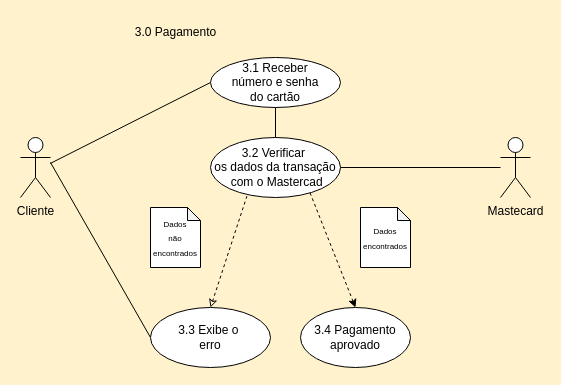
ZardsMK/DrawIO keeps this draw.io diagram as page "Página-1" (1 of 2) of Diagrama sem nome.drawio. Above is the earlier version. Source tidied: cells renumbered, new cells numbered last; positions are measured from the earlier drawing's top-left corner, leaving out a move shared by most shapes. Both pictures are drawn from the tidied source at 100%, with x=0, y=0 at pixel (20, 17).
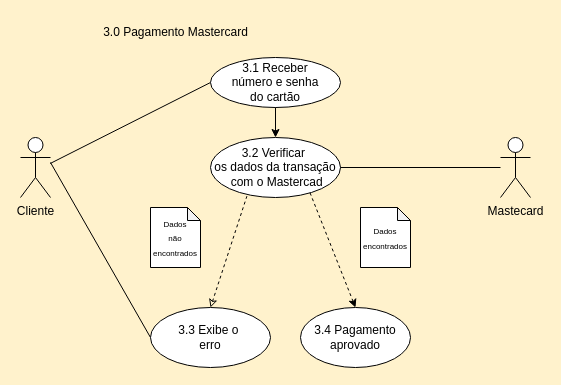
The same page after the edit.

Diff of the diagram source:
```diff
@@
 <mxGraphModel background="#FFF2CC">
   <root>
     <mxCell id="0" />
     <mxCell id="1" parent="0" />
     <mxCell id="2" style="endArrow=none;html=1;rounded=1;startArrow=none;startFill=0;endFill=1;entryX=0;entryY=0.5;entryDx=0;entryDy=0;" parent="1" edge="1" target="4">
       <mxGeometry relative="1" as="geometry">
         <mxPoint x="29.7" y="146" as="sourcePoint" />
       </mxGeometry>
     </mxCell>
     <mxCell id="3" style="endArrow=none;html=1;rounded=1;entryX=0;entryY=0.5;entryDx=0;entryDy=0;" parent="1" edge="1" target="8">
       <mxGeometry relative="1" as="geometry">
         <mxPoint x="30" y="145" as="sourcePoint" />
       </mxGeometry>
     </mxCell>
     <mxCell id="4" value="3.1 Receber&lt;div&gt;número e senha&lt;/div&gt;&lt;div&gt;do cartão&lt;/div&gt;" style="ellipse;whiteSpace=wrap;html=1;rounded=1;" parent="1" vertex="1">
       <mxGeometry x="190" y="40" width="130" height="50" as="geometry" />
     </mxCell>
     <mxCell id="5" value="3.2 Verificar&amp;nbsp;&lt;div&gt;os&amp;nbsp;&lt;span style=&quot;background-color: transparent; color: light-dark(rgb(0, 0, 0), rgb(255, 255, 255));&quot;&gt;dados&amp;nbsp;&lt;/span&gt;&lt;span style=&quot;background-color: transparent; color: light-dark(rgb(0, 0, 0), rgb(255, 255, 255));&quot;&gt;da transação&lt;/span&gt;&lt;/div&gt;&lt;div&gt;&lt;span style=&quot;background-color: transparent; color: light-dark(rgb(0, 0, 0), rgb(255, 255, 255));&quot;&gt;&amp;nbsp;&lt;/span&gt;&lt;span style=&quot;background-color: transparent; color: light-dark(rgb(0, 0, 0), rgb(255, 255, 255));&quot;&gt;com o Mastercad&lt;/span&gt;&lt;/div&gt;" style="ellipse;whiteSpace=wrap;html=1;rounded=1;" parent="1" vertex="1">
       <mxGeometry x="190" y="120" width="130" height="60" as="geometry" />
     </mxCell>
-    <mxCell id="6" style="endArrow=none;html=1;rounded=1;exitX=0.5;exitY=1;exitDx=0;exitDy=0;entryX=0.5;entryY=0;entryDx=0;entryDy=0;" parent="1" edge="1" source="4" target="5">
+    <mxCell id="6" style="endArrow=classic;html=1;rounded=1;exitX=0.5;exitY=1;exitDx=0;exitDy=0;entryX=0.5;entryY=0;entryDx=0;entryDy=0;endFill=1;" parent="1" edge="1" source="4" target="5">
       <mxGeometry relative="1" as="geometry" />
     </mxCell>
     <mxCell id="7" value="3.4 Pagamento&lt;div&gt;aprovado&lt;/div&gt;" style="ellipse;whiteSpace=wrap;html=1;rounded=1;" parent="1" vertex="1">
       <mxGeometry x="280" y="290" width="110" height="60" as="geometry" />
     </mxCell>
     <mxCell id="8" value="3.3 Exibe&amp;nbsp;&lt;span style=&quot;background-color: transparent; color: light-dark(rgb(0, 0, 0), rgb(255, 255, 255));&quot;&gt;o&amp;nbsp;&lt;/span&gt;&lt;div&gt;erro&lt;/div&gt;" style="ellipse;whiteSpace=wrap;html=1;rounded=1;" parent="1" vertex="1">
       <mxGeometry x="130" y="290" width="120" height="60" as="geometry" />
     </mxCell>
     <mxCell id="9" value="&lt;span style=&quot;font-size: 8px;&quot;&gt;Dados&lt;/span&gt;&lt;div&gt;&lt;span style=&quot;font-size: 8px;&quot;&gt;encontrados&lt;/span&gt;&lt;/div&gt;" style="shape=note;whiteSpace=wrap;html=1;backgroundOutline=1;darkOpacity=0.05;size=13;rounded=1;" parent="1" vertex="1">
       <mxGeometry x="340" y="190" width="50" height="60" as="geometry" />
     </mxCell>
     <mxCell id="10" value="&lt;font style=&quot;font-size: 8px;&quot;&gt;Dados&lt;/font&gt;&lt;div&gt;&lt;font style=&quot;font-size: 8px;&quot;&gt;não&lt;/font&gt;&lt;/div&gt;&lt;div&gt;&lt;font style=&quot;font-size: 8px;&quot;&gt;encontrados&lt;/font&gt;&lt;/div&gt;" style="shape=note;whiteSpace=wrap;html=1;backgroundOutline=1;darkOpacity=0.05;size=13;rounded=1;" parent="1" vertex="1">
       <mxGeometry x="130" y="190" width="50" height="60" as="geometry" />
     </mxCell>
     <mxCell id="11" style="endArrow=none;dashed=1;html=1;rounded=1;exitX=0.5;exitY=0;exitDx=0;exitDy=0;entryX=0.28;entryY=0.978;entryDx=0;entryDy=0;entryPerimeter=0;endFill=1;startArrow=classic;startFill=0;" parent="1" edge="1" source="8" target="5">
       <mxGeometry relative="1" as="geometry" />
     </mxCell>
     <mxCell id="12" style="endArrow=none;dashed=1;html=1;rounded=1;exitX=0.5;exitY=0;exitDx=0;exitDy=0;entryX=0.765;entryY=0.918;entryDx=0;entryDy=0;entryPerimeter=0;startArrow=classic;startFill=1;" parent="1" edge="1" source="7" target="5">
       <mxGeometry relative="1" as="geometry" />
     </mxCell>
     <mxCell id="13" value="Cliente" style="shape=umlActor;verticalLabelPosition=bottom;verticalAlign=top;html=1;rounded=1;" parent="1" vertex="1">
       <mxGeometry y="120" width="30" height="60" as="geometry" />
     </mxCell>
     <mxCell id="14" value="Mastecard" style="shape=umlActor;verticalLabelPosition=bottom;verticalAlign=top;html=1;outlineConnect=0;rounded=1;" parent="1" vertex="1">
       <mxGeometry x="480" y="120" width="30" height="60" as="geometry" />
     </mxCell>
     <mxCell id="15" style="endArrow=none;html=1;rounded=1;exitX=1;exitY=0.5;exitDx=0;exitDy=0;" parent="1" edge="1" source="5" target="14">
       <mxGeometry relative="1" as="geometry" />
     </mxCell>
-    <mxCell id="16" value="3.0 Pagamento" style="text;html=1;align=center;verticalAlign=middle;strokeColor=none;fillColor=none;rounded=1;" parent="1" vertex="1">
-      <mxGeometry x="105" width="100" height="30" as="geometry" />
+    <mxCell id="16" value="3.0 Pagamento Mastercard" style="text;html=1;align=center;verticalAlign=middle;strokeColor=none;fillColor=none;rounded=1;" parent="1" vertex="1">
+      <mxGeometry x="70" width="170" height="30" as="geometry" />
     </mxCell>
   </root>
 </mxGraphModel>
```
